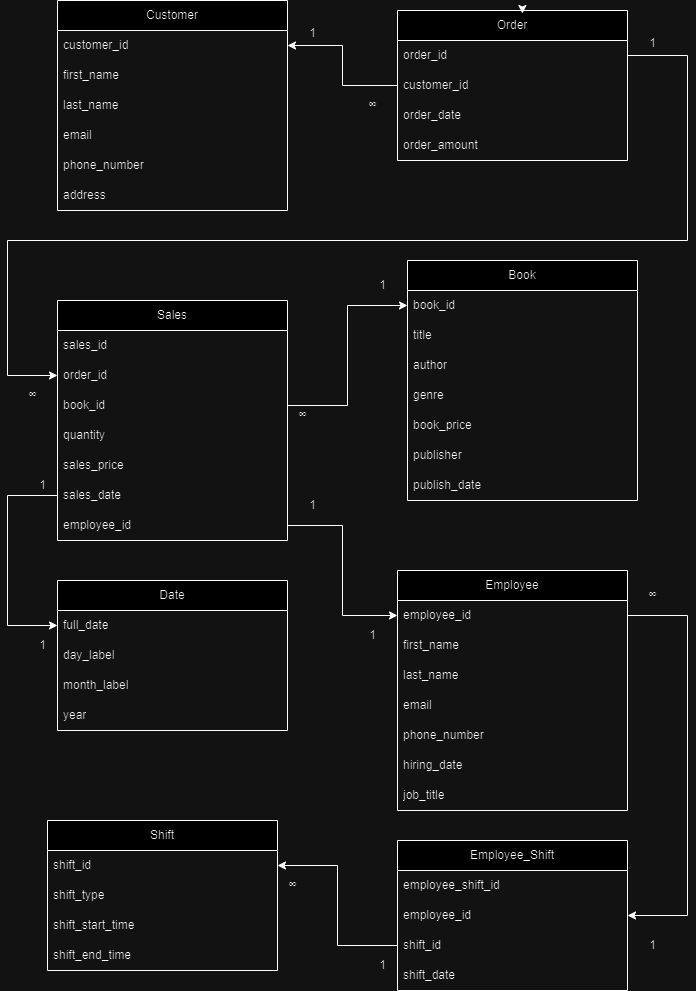
The draw.io diagram 02_activities/assignments/images/Assignment2--Section1_Prompt2_SQL_Jason _Pereira_drawio.png in Jasonpereira0/sql, before a commit. Source tidied: cells renumbered, new cells last; positions are measured from the earlier drawing's top-left corner, leaving out a move shared by most shapes.
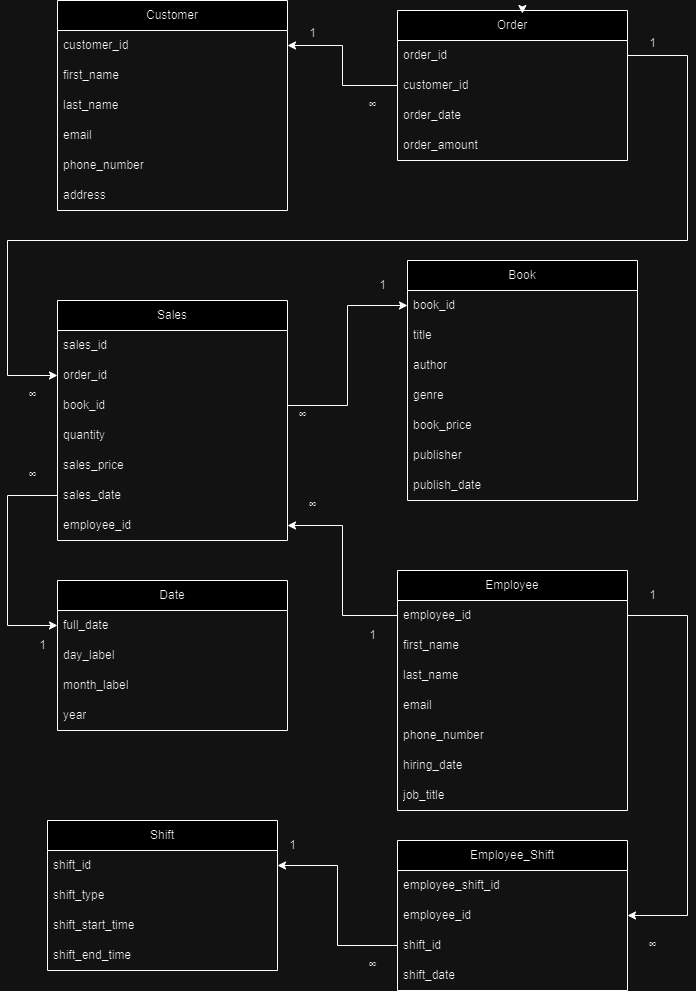
After the commit.

Commit message:
Assignment 2 - DSI SQL - Jason Pereira - Updated locgical model files

What changed in the source:
```diff
@@ -170,18 +170,9 @@
     <mxCell id="53" value="1" style="text;html=1;align=center;verticalAlign=middle;strokeColor=none;fillColor=none;" parent="1" vertex="1">
       <mxGeometry x="360" y="270" width="30" height="30" as="geometry" />
     </mxCell>
-    <mxCell id="54" value="1" style="text;html=1;align=center;verticalAlign=middle;strokeColor=none;fillColor=none;" parent="1" vertex="1">
-      <mxGeometry x="20" y="470" width="30" height="30" as="geometry" />
-    </mxCell>
     <mxCell id="55" value="1" style="text;html=1;align=center;verticalAlign=middle;strokeColor=none;fillColor=none;" parent="1" vertex="1">
       <mxGeometry x="20" y="630" width="30" height="30" as="geometry" />
     </mxCell>
-    <mxCell id="56" style="edgeStyle=orthogonalEdgeStyle;rounded=0;jettySize=auto;html=1;exitX=1;exitY=0.5;exitDx=0;exitDy=0;entryX=0;entryY=0.5;entryDx=0;entryDy=0;" parent="1" edge="1" source="37" target="3">
-      <mxGeometry relative="1" as="geometry" />
-    </mxCell>
-    <mxCell id="57" value="1" style="text;html=1;align=center;verticalAlign=middle;strokeColor=none;fillColor=none;" parent="1" vertex="1">
-      <mxGeometry x="290" y="490" width="30" height="30" as="geometry" />
-    </mxCell>
     <mxCell id="58" value="1" style="text;html=1;align=center;verticalAlign=middle;strokeColor=none;fillColor=none;" parent="1" vertex="1">
       <mxGeometry x="350" y="620" width="30" height="30" as="geometry" />
     </mxCell>
@@ -227,16 +218,25 @@
       <mxGeometry relative="1" as="geometry" />
     </mxCell>
     <mxCell id="71" value="1" style="text;html=1;align=center;verticalAlign=middle;strokeColor=none;fillColor=none;" parent="1" vertex="1">
-      <mxGeometry x="360" y="950" width="30" height="30" as="geometry" />
+      <mxGeometry x="270" y="830" width="30" height="30" as="geometry" />
     </mxCell>
     <mxCell id="72" value="∞" style="text;html=1;align=center;verticalAlign=middle;strokeColor=none;fillColor=none;" parent="1" vertex="1">
-      <mxGeometry x="270" y="870" width="30" height="30" as="geometry" />
+      <mxGeometry x="350" y="950" width="30" height="30" as="geometry" />
     </mxCell>
     <mxCell id="73" value="∞" style="text;html=1;align=center;verticalAlign=middle;strokeColor=none;fillColor=none;" parent="1" vertex="1">
-      <mxGeometry x="630" y="580" width="30" height="30" as="geometry" />
+      <mxGeometry x="630" y="930" width="30" height="30" as="geometry" />
     </mxCell>
     <mxCell id="74" value="1" style="text;html=1;align=center;verticalAlign=middle;strokeColor=none;fillColor=none;" parent="1" vertex="1">
-      <mxGeometry x="630" y="930" width="30" height="30" as="geometry" />
+      <mxGeometry x="630" y="580" width="30" height="30" as="geometry" />
     </mxCell>
+    <mxCell id="75" value="∞" style="text;html=1;align=center;verticalAlign=middle;strokeColor=none;fillColor=none;" parent="1" vertex="1">
+      <mxGeometry x="10" y="460" width="30" height="30" as="geometry" />
+    </mxCell>
+    <mxCell id="76" value="∞" style="text;html=1;align=center;verticalAlign=middle;strokeColor=none;fillColor=none;" parent="1" vertex="1">
+      <mxGeometry x="290" y="490" width="30" height="30" as="geometry" />
+    </mxCell>
+    <mxCell id="77" style="edgeStyle=orthogonalEdgeStyle;rounded=0;jettySize=auto;html=1;entryX=1;entryY=0.5;entryDx=0;entryDy=0;" parent="1" edge="1" source="3" target="37">
+      <mxGeometry relative="1" as="geometry" />
+    </mxCell>
   </root>
 </mxGraphModel>
```
